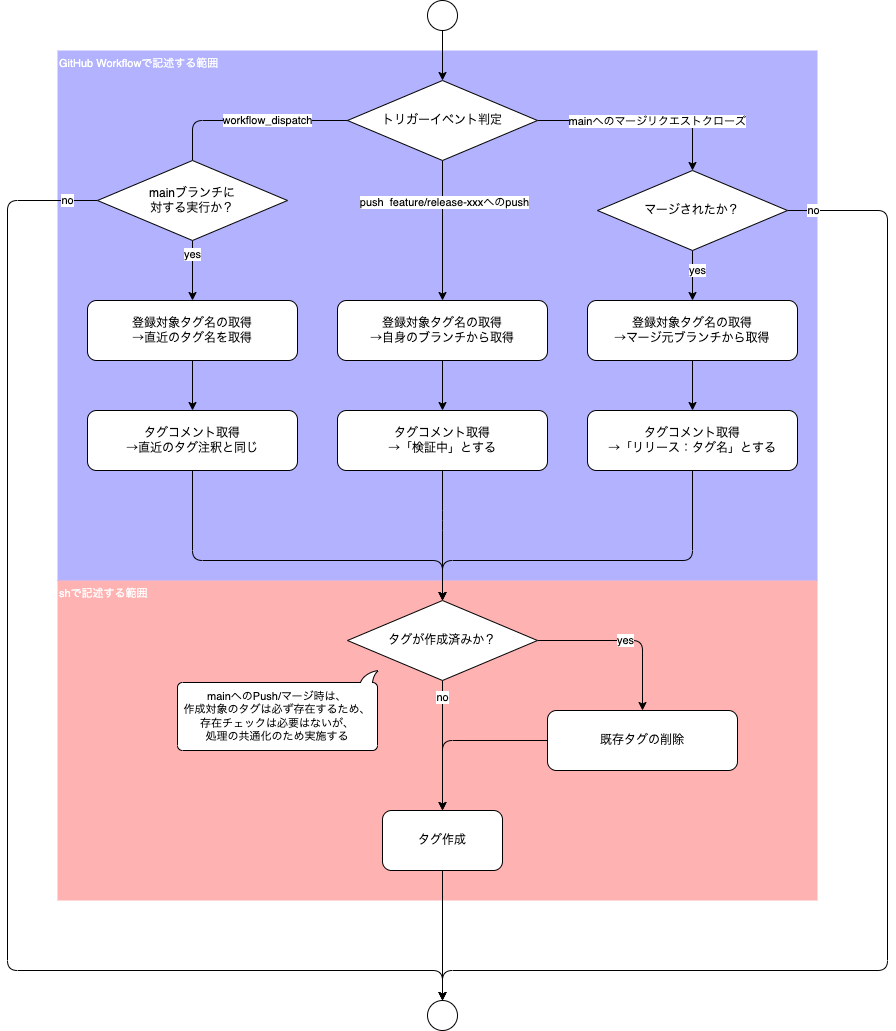
This is flow.drawio.png from kazuo278/create_release, a draw.io export, as it was before one commit. Source tidied: cells renumbered, new cells last; positions are measured from the earlier drawing's top-left corner, leaving out a move shared by most shapes.
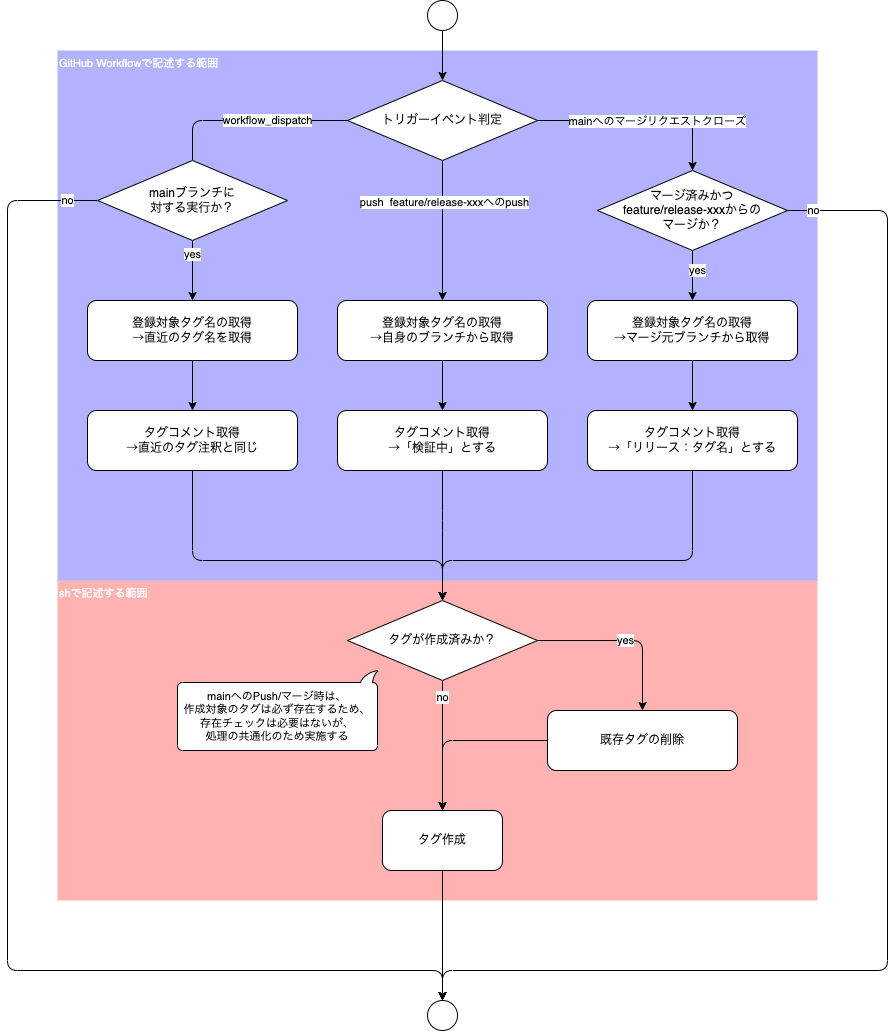
After the commit.

Diff of the diagram source:
```diff
@@ -87,7 +87,7 @@
         </Array>
       </mxGeometry>
     </mxCell>
-    <mxCell id="27" value="マージされたか？" style="rhombus;whiteSpace=wrap;html=1;" parent="1" vertex="1">
+    <mxCell id="27" value="マージ済みかつ&lt;br&gt;feature/release-xxxからの&lt;br&gt;マージか？" style="rhombus;whiteSpace=wrap;html=1;" parent="1" vertex="1">
       <mxGeometry x="590" y="170" width="190" height="80" as="geometry" />
     </mxCell>
     <mxCell id="28" value="mainへのPush/マージ時は、&lt;br&gt;作成対象のタグは必ず存在するため、&lt;br style=&quot;font-size: 11px;&quot;&gt;存在チェックは必要はないが、&lt;br&gt;処理の共通化のため実施する" style="whiteSpace=wrap;html=1;shape=mxgraph.basic.roundRectCallout;dx=9;dy=12;size=5;boundedLbl=1;fontSize=11;direction=west;" parent="1" vertex="1">
```
